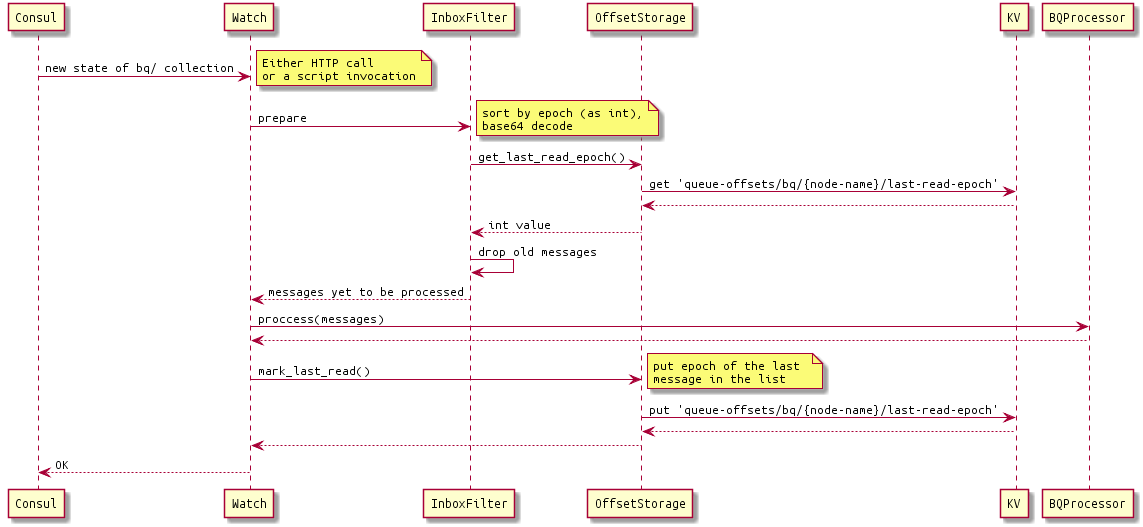
Earlier version of the PlantUML export rfc/15/bq-sequence-02.png (Seagate/cortx-hare).
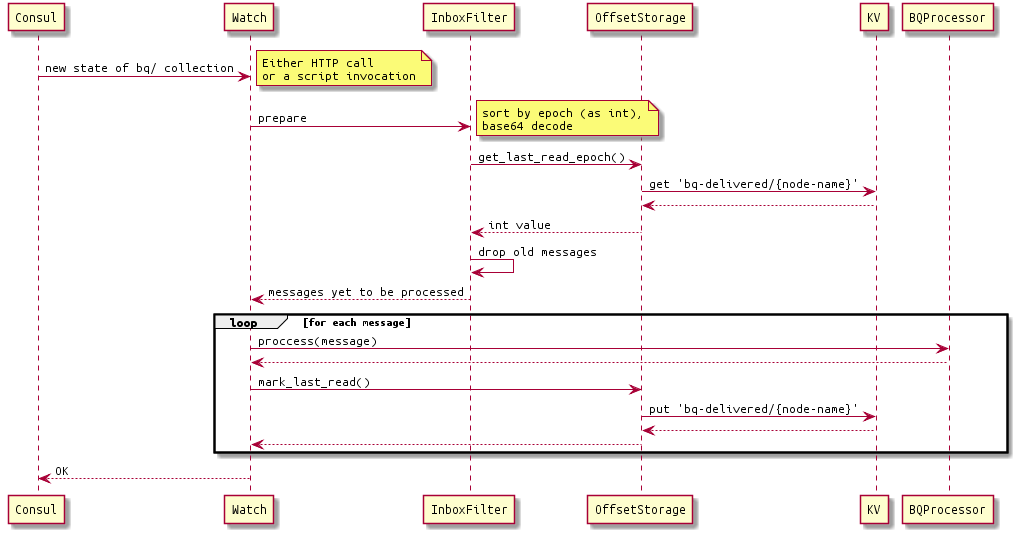
The same diagram one commit later.

Commit message:
Problem: RFC 15 needs to be updated with bq-delivery

Solution: update the diagram

Diff of the diagram source:
```diff
@@ -14,21 +14,19 @@
 end note
 
 InboxFilter -> OffsetStorage: get_last_read_epoch()
-OffsetStorage -> KV: get 'queue-offsets/bq/{node-name}/last-read-epoch'
+OffsetStorage -> KV: get 'bq-delivered/{node-name}'
 KV --> OffsetStorage
 OffsetStorage --> InboxFilter: int value
 InboxFilter -> InboxFilter: drop old messages
 InboxFilter --> Watch: messages yet to be processed
-Watch -> BQProcessor: proccess(messages)
-BQProcessor --> Watch
-Watch -> OffsetStorage: mark_last_read()
-note right
-put epoch of the last
-message in the list
-end note
+loop for each message
+    Watch -> BQProcessor: proccess(message)
+    BQProcessor --> Watch
+    Watch -> OffsetStorage: mark_last_read()
 
-OffsetStorage -> KV: put 'queue-offsets/bq/{node-name}/last-read-epoch'
-KV --> OffsetStorage
-OffsetStorage --> Watch
+    OffsetStorage -> KV: put 'bq-delivered/{node-name}'
+    KV --> OffsetStorage
+    OffsetStorage --> Watch
+end
 Watch --> Consul: OK
 @enduml
```
